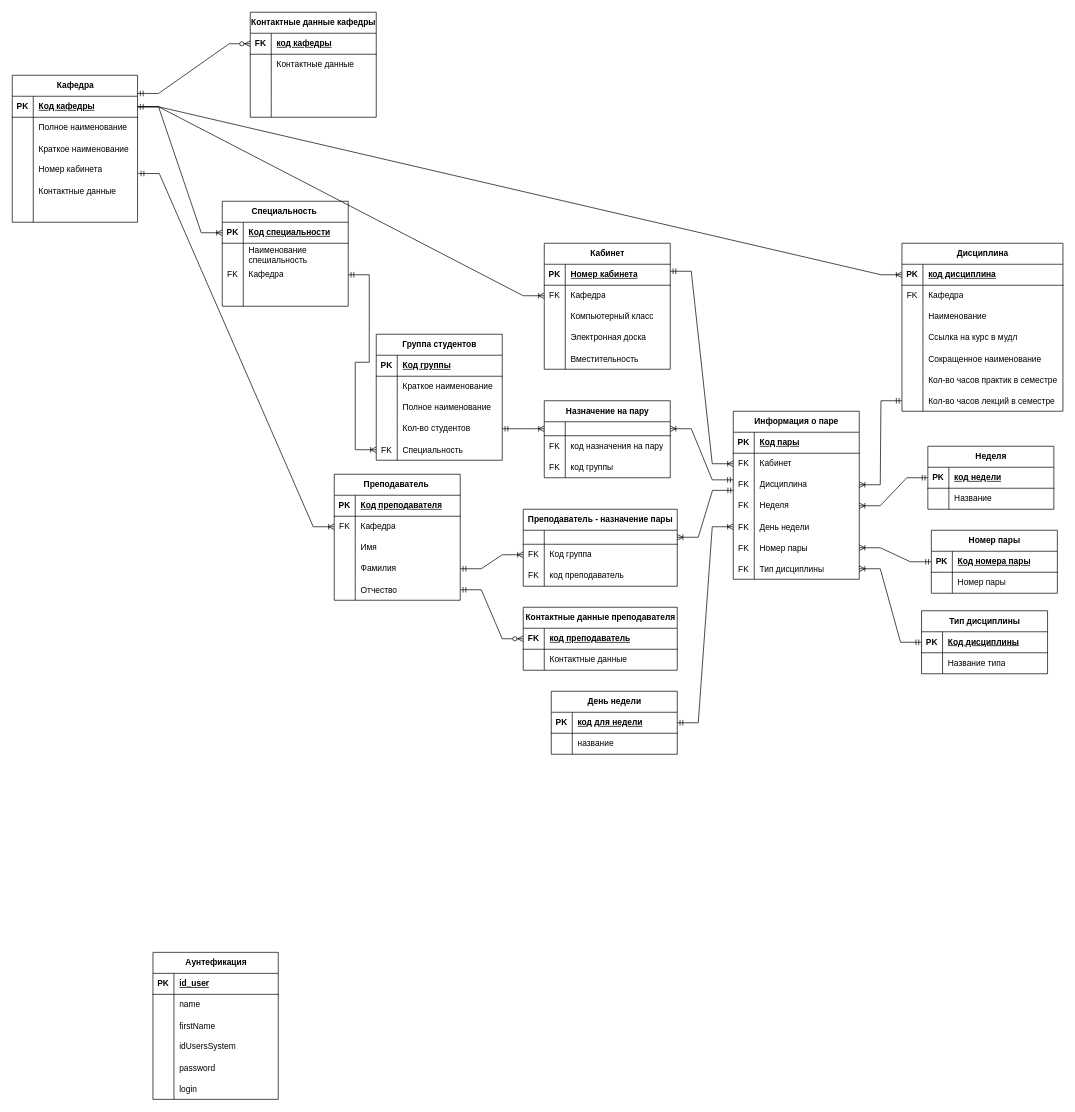
AntonTokmakov/ComplitedCoursework3 keeps this draw.io diagram as Схемы/ПД Правильная.drawio. Above is the earlier version. Source tidied: cells renumbered, new cells numbered last; positions are measured from the earlier drawing's top-left corner, leaving out a move shared by most shapes. Both pictures are drawn from the tidied source at 70%, with x=0, y=0 at pixel (12, 12).
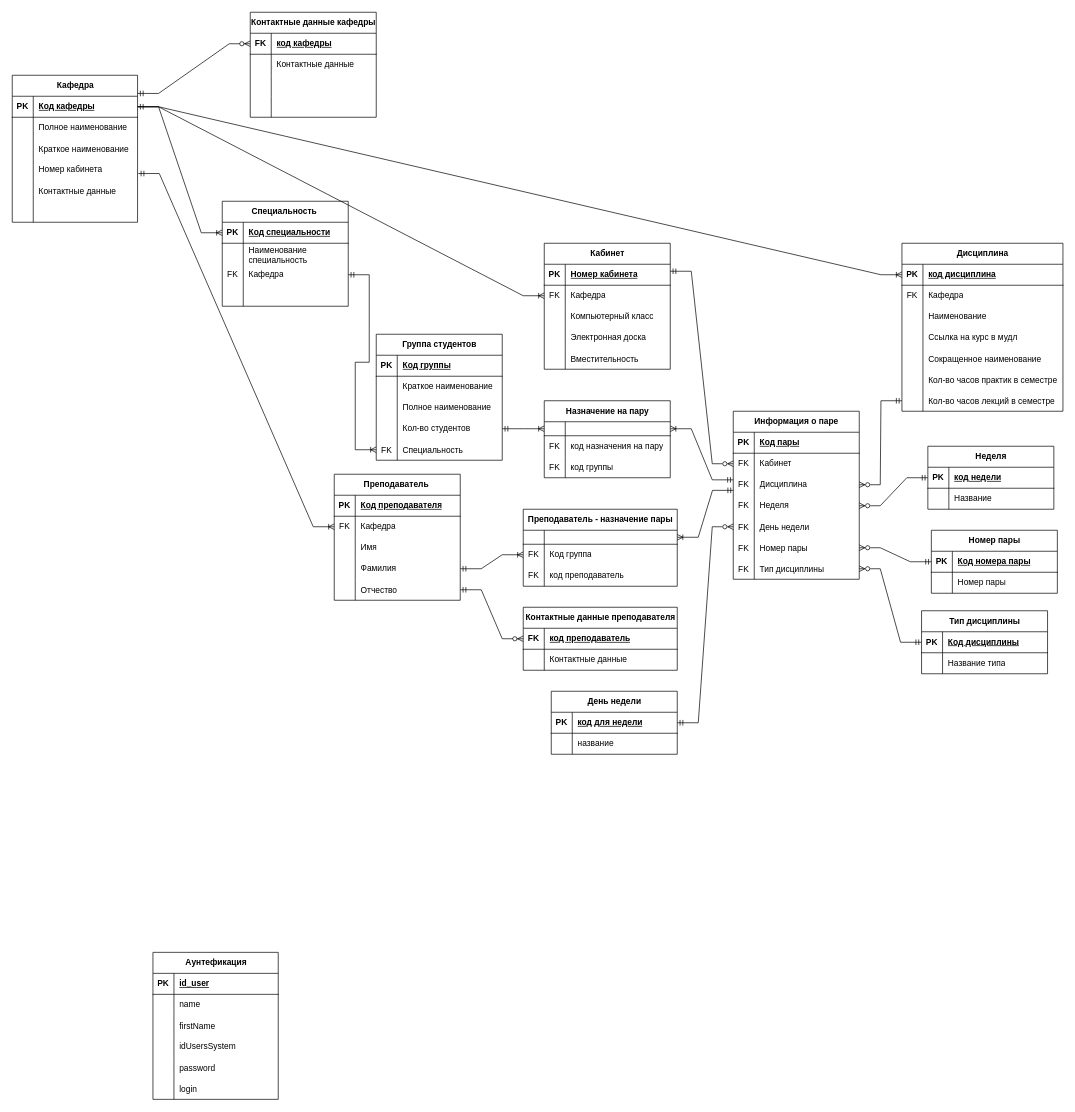
Above is the later version.

Unchanged cells that the change refers to:
```xml
<mxCell id="106" style="shape=tableRow;horizontal=0;startSize=0;swimlaneHead=0;swimlaneBody=0;fillColor=none;points=[[0,0.5],[1,0.5]];portConstraint=eastwest;top=0;left=0;right=0;bottom=0;" parent="102" vertex="1">
  <mxGeometry y="60" width="180" height="30" as="geometry" />
</mxCell>
<mxCell id="109" style="shape=tableRow;horizontal=0;startSize=0;swimlaneHead=0;swimlaneBody=0;fillColor=none;points=[[0,0.5],[1,0.5]];portConstraint=eastwest;top=0;left=0;right=0;bottom=0;" parent="102" vertex="1">
  <mxGeometry y="90" width="180" height="30" as="geometry" />
</mxCell>
<mxCell id="112" style="shape=tableRow;horizontal=0;startSize=0;swimlaneHead=0;swimlaneBody=0;fillColor=none;points=[[0,0.5],[1,0.5]];portConstraint=eastwest;top=0;left=0;right=0;bottom=0;" parent="102" vertex="1">
  <mxGeometry y="120" width="180" height="30" as="geometry" />
</mxCell>
<mxCell id="115" style="shape=tableRow;horizontal=0;startSize=0;swimlaneHead=0;swimlaneBody=0;fillColor=none;points=[[0,0.5],[1,0.5]];portConstraint=eastwest;top=0;left=0;right=0;bottom=0;" parent="102" vertex="1">
  <mxGeometry y="150" width="180" height="30" as="geometry" />
</mxCell>
<mxCell id="118" style="shape=tableRow;horizontal=0;startSize=0;swimlaneHead=0;swimlaneBody=0;fillColor=none;points=[[0,0.5],[1,0.5]];portConstraint=eastwest;top=0;left=0;right=0;bottom=0;" parent="102" vertex="1">
  <mxGeometry y="180" width="180" height="30" as="geometry" />
</mxCell>
<mxCell id="121" style="shape=tableRow;horizontal=0;startSize=0;swimlaneHead=0;swimlaneBody=0;fillColor=none;points=[[0,0.5],[1,0.5]];portConstraint=eastwest;top=0;left=0;right=0;bottom=0;" parent="102" vertex="1">
  <mxGeometry y="210" width="180" height="30" as="geometry" />
</mxCell>
<mxCell id="137" style="shape=tableRow;horizontal=0;startSize=0;swimlaneHead=0;swimlaneBody=0;fillColor=none;points=[[0,0.5],[1,0.5]];portConstraint=eastwest;top=0;left=0;right=0;bottom=1;" parent="136" vertex="1">
  <mxGeometry y="30" width="180" height="30" as="geometry" />
</mxCell>
<mxCell id="165" style="shape=tableRow;horizontal=0;startSize=0;swimlaneHead=0;swimlaneBody=0;fillColor=none;points=[[0,0.5],[1,0.5]];portConstraint=eastwest;top=0;left=0;right=0;bottom=0;" parent="146" vertex="1">
  <mxGeometry y="210" width="230" height="30" as="geometry" />
</mxCell>
<mxCell id="170" style="shape=tableRow;horizontal=0;startSize=0;swimlaneHead=0;swimlaneBody=0;fillColor=none;points=[[0,0.5],[1,0.5]];portConstraint=eastwest;top=0;left=0;right=0;bottom=1;" parent="169" vertex="1">
  <mxGeometry y="30" width="180" height="30" as="geometry" />
</mxCell>
<mxCell id="187" style="shape=tableRow;horizontal=0;startSize=0;swimlaneHead=0;swimlaneBody=0;fillColor=none;points=[[0,0.5],[1,0.5]];portConstraint=eastwest;top=0;left=0;right=0;bottom=1;" parent="186" vertex="1">
  <mxGeometry y="30" width="180" height="30" as="geometry" />
</mxCell>
<mxCell id="194" style="shape=tableRow;horizontal=0;startSize=0;swimlaneHead=0;swimlaneBody=0;fillColor=none;points=[[0,0.5],[1,0.5]];portConstraint=eastwest;top=0;left=0;right=0;bottom=1;" parent="193" vertex="1">
  <mxGeometry y="30" width="180" height="30" as="geometry" />
</mxCell>
<mxCell id="201" style="shape=tableRow;horizontal=0;startSize=0;swimlaneHead=0;swimlaneBody=0;fillColor=none;points=[[0,0.5],[1,0.5]];portConstraint=eastwest;top=0;left=0;right=0;bottom=1;" parent="200" vertex="1">
  <mxGeometry y="30" width="180" height="30" as="geometry" />
</mxCell>
```

The edit, as a diff of the source:
```diff
@@
-    <mxCell id="135" style="edgeStyle=entityRelationEdgeStyle;fontSize=12;html=1;endArrow=ERoneToMany;startArrow=ERmandOne;rounded=0;entryX=0;entryY=0.5;entryDx=0;entryDy=0;exitX=1;exitY=0.333;exitDx=0;exitDy=0;exitPerimeter=0;" parent="1" edge="1" source="170" target="106">
+    <mxCell id="135" style="edgeStyle=entityRelationEdgeStyle;fontSize=12;html=1;endArrow=ERzeroToMany;startArrow=ERmandOne;rounded=0;entryX=0;entryY=0.5;entryDx=0;entryDy=0;exitX=1;exitY=0.333;exitDx=0;exitDy=0;exitPerimeter=0;endFill=0;" parent="1" edge="1" source="170" target="106">
       <mxGeometry relative="1" as="geometry" />
     </mxCell>
@@
-    <mxCell id="143" style="edgeStyle=entityRelationEdgeStyle;fontSize=12;html=1;endArrow=ERmandOne;startArrow=ERoneToMany;rounded=0;entryX=1;entryY=0.5;entryDx=0;entryDy=0;exitX=0;exitY=0.5;exitDx=0;exitDy=0;startFill=0;" parent="1" edge="1" source="115" target="137">
+    <mxCell id="143" style="edgeStyle=entityRelationEdgeStyle;fontSize=12;html=1;endArrow=ERmandOne;startArrow=ERzeroToMany;rounded=0;entryX=1;entryY=0.5;entryDx=0;entryDy=0;exitX=0;exitY=0.5;exitDx=0;exitDy=0;startFill=0;" parent="1" edge="1" source="115" target="137">
       <mxGeometry relative="1" as="geometry" />
     </mxCell>
@@
-    <mxCell id="185" style="edgeStyle=entityRelationEdgeStyle;fontSize=12;html=1;endArrow=ERmandOne;startArrow=ERoneToMany;rounded=0;exitX=1;exitY=0.5;exitDx=0;exitDy=0;entryX=0;entryY=0.5;entryDx=0;entryDy=0;endFill=0;startFill=0;" parent="1" edge="1" source="109" target="165">
+    <mxCell id="185" style="edgeStyle=entityRelationEdgeStyle;fontSize=12;html=1;endArrow=ERmandOne;startArrow=ERzeroToMany;rounded=0;exitX=1;exitY=0.5;exitDx=0;exitDy=0;entryX=0;entryY=0.5;entryDx=0;entryDy=0;endFill=0;startFill=0;" parent="1" edge="1" source="109" target="165">
       <mxGeometry relative="1" as="geometry" />
     </mxCell>
@@
-    <mxCell id="207" style="edgeStyle=entityRelationEdgeStyle;fontSize=12;html=1;endArrow=ERmandOne;startArrow=ERoneToMany;rounded=0;exitX=1;exitY=0.5;exitDx=0;exitDy=0;entryX=0;entryY=0.5;entryDx=0;entryDy=0;startFill=0;" parent="1" edge="1" source="112" target="187">
+    <mxCell id="207" style="edgeStyle=entityRelationEdgeStyle;fontSize=12;html=1;endArrow=ERmandOne;startArrow=ERzeroToMany;rounded=0;exitX=1;exitY=0.5;exitDx=0;exitDy=0;entryX=0;entryY=0.5;entryDx=0;entryDy=0;startFill=0;" parent="1" edge="1" source="112" target="187">
       <mxGeometry relative="1" as="geometry" />
     </mxCell>
-    <mxCell id="208" style="edgeStyle=entityRelationEdgeStyle;fontSize=12;html=1;endArrow=ERmandOne;startArrow=ERoneToMany;rounded=0;entryX=0;entryY=0.5;entryDx=0;entryDy=0;startFill=0;" parent="1" edge="1" source="118" target="194">
+    <mxCell id="208" style="edgeStyle=entityRelationEdgeStyle;fontSize=12;html=1;endArrow=ERmandOne;startArrow=ERzeroToMany;rounded=0;entryX=0;entryY=0.5;entryDx=0;entryDy=0;startFill=0;" parent="1" edge="1" source="118" target="194">
       <mxGeometry relative="1" as="geometry" />
     </mxCell>
-    <mxCell id="209" style="edgeStyle=entityRelationEdgeStyle;fontSize=12;html=1;endArrow=ERmandOne;startArrow=ERoneToMany;rounded=0;entryX=0;entryY=0.5;entryDx=0;entryDy=0;exitX=1;exitY=0.5;exitDx=0;exitDy=0;startFill=0;" parent="1" edge="1" source="121" target="201">
+    <mxCell id="209" style="edgeStyle=entityRelationEdgeStyle;fontSize=12;html=1;endArrow=ERmandOne;startArrow=ERzeroToMany;rounded=0;entryX=0;entryY=0.5;entryDx=0;entryDy=0;exitX=1;exitY=0.5;exitDx=0;exitDy=0;startFill=0;" parent="1" edge="1" source="121" target="201">
       <mxGeometry relative="1" as="geometry" />
     </mxCell>
```
